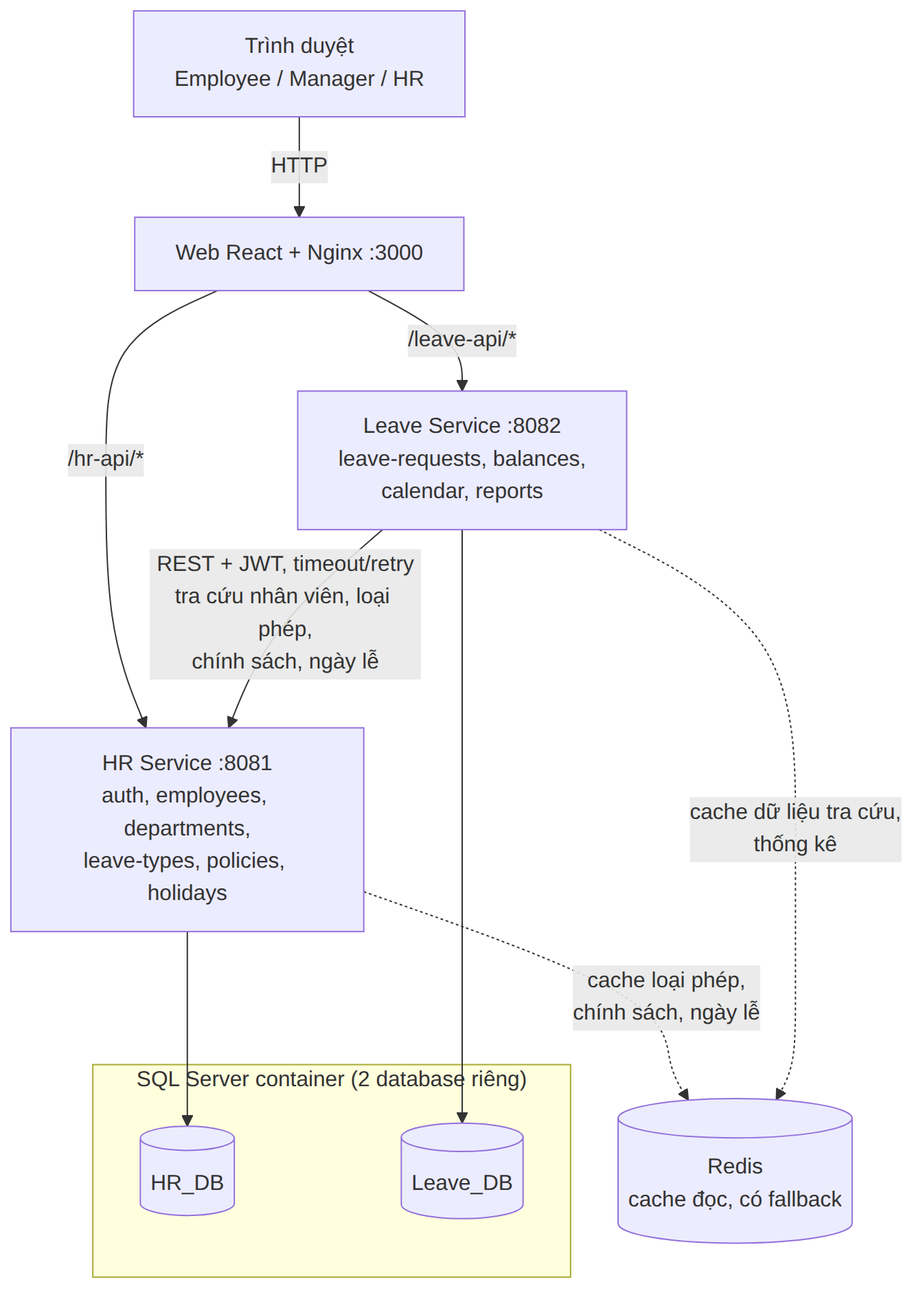
OlYVER1337/hr-leave-management keeps this Mermaid diagram as docs/architecture/diagrams/png/api-architecture.png. Above is the earlier version. Its source is kept beside it as docs/architecture/diagrams/mermaid/api-architecture.mmd. Source of this version:
```mermaid
flowchart TB
  U["Trình duyệt<br/>Employee / Manager / HR"] -->|HTTP| W["Web React + Nginx :3000"]
  W -->|"/hr-api/*"| HR["HR Service :8081<br/>auth, employees, departments,<br/>leave-types, policies, holidays"]
  W -->|"/leave-api/*"| LV["Leave Service :8082<br/>leave-requests, balances,<br/>calendar, reports"]
  LV -->|"REST + JWT, timeout/retry<br/>tra cứu nhân viên, loại phép,<br/>chính sách, ngày lễ"| HR
  HR --> HRDB[("HR_DB")]
  LV --> LVDB[("Leave_DB")]
  HR -.->|"cache loại phép,<br/>chính sách, ngày lễ"| R[("Redis<br/>cache đọc, có fallback")]
  LV -.->|"cache dữ liệu tra cứu,<br/>thống kê"| R
  subgraph SQL["SQL Server container (2 database riêng)"]
    HRDB
    LVDB
  end
```
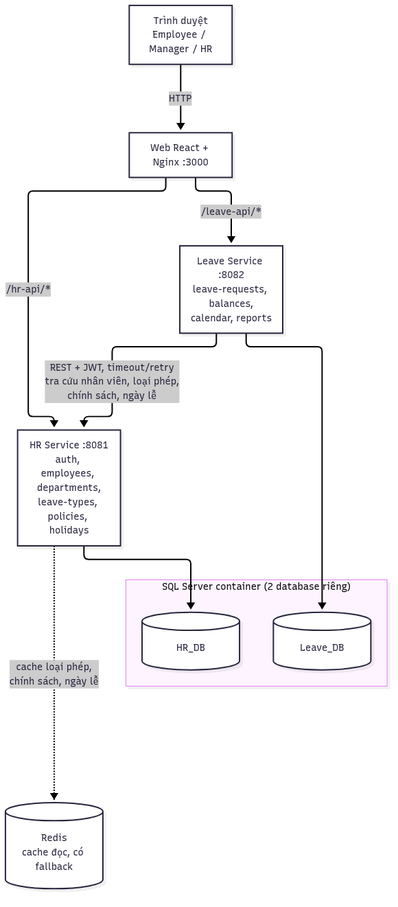
Above is the later version.

What changed in the source:
```diff
@@ -6,7 +6,6 @@
   HR --> HRDB[("HR_DB")]
   LV --> LVDB[("Leave_DB")]
   HR -.->|"cache loại phép,<br/>chính sách, ngày lễ"| R[("Redis<br/>cache đọc, có fallback")]
-  LV -.->|"cache dữ liệu tra cứu,<br/>thống kê"| R
   subgraph SQL["SQL Server container (2 database riêng)"]
     HRDB
     LVDB
```
